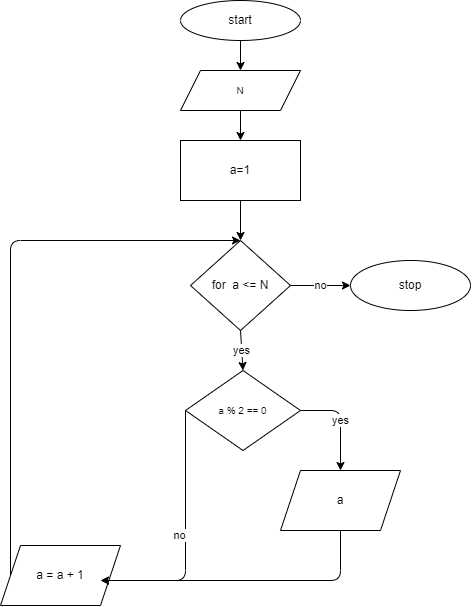
This is Les04/example.drawio.png from Zemburych/LESSONALL, a draw.io export, as it was before one commit. Source tidied: cells renumbered, new cells last; positions are measured from the earlier drawing's top-left corner, leaving out a move shared by most shapes.
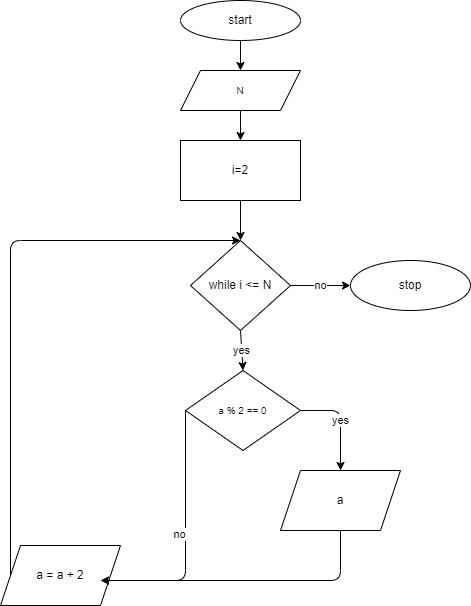
After the commit.

The edit, as a diff of the source:
```diff
@@ -45,7 +45,7 @@
         </Array>
       </mxGeometry>
     </mxCell>
-    <mxCell id="11" value="a = a + 1" style="shape=parallelogram;perimeter=parallelogramPerimeter;whiteSpace=wrap;html=1;fixedSize=1;" parent="1" vertex="1">
+    <mxCell id="11" value="a = a + 2" style="shape=parallelogram;perimeter=parallelogramPerimeter;whiteSpace=wrap;html=1;fixedSize=1;" parent="1" vertex="1">
       <mxGeometry y="545" width="120" height="60" as="geometry" />
     </mxCell>
     <mxCell id="12" style="edgeStyle=none;html=1;exitX=0.5;exitY=1;exitDx=0;exitDy=0;entryX=1;entryY=0.5;entryDx=0;entryDy=0;" parent="1" edge="1" source="13">
@@ -65,13 +65,13 @@
     <mxCell id="15" value="no" style="edgeStyle=none;html=1;" parent="1" edge="1" source="16" target="9">
       <mxGeometry relative="1" as="geometry" />
     </mxCell>
-    <mxCell id="16" value="for&amp;nbsp; a &amp;lt;= N" style="rhombus;whiteSpace=wrap;html=1;" parent="1" vertex="1">
+    <mxCell id="16" value="while i &amp;lt;= N" style="rhombus;whiteSpace=wrap;html=1;" parent="1" vertex="1">
       <mxGeometry x="190" y="240" width="100" height="90" as="geometry" />
     </mxCell>
     <mxCell id="17" style="edgeStyle=none;html=1;exitX=0.5;exitY=1;exitDx=0;exitDy=0;entryX=0.5;entryY=0;entryDx=0;entryDy=0;" parent="1" edge="1" source="18" target="16">
       <mxGeometry relative="1" as="geometry" />
     </mxCell>
-    <mxCell id="18" value="a=1" style="rounded=0;whiteSpace=wrap;html=1;" parent="1" vertex="1">
+    <mxCell id="18" value="i=2" style="rounded=0;whiteSpace=wrap;html=1;" parent="1" vertex="1">
       <mxGeometry x="180" y="140" width="120" height="60" as="geometry" />
     </mxCell>
   </root>
```
